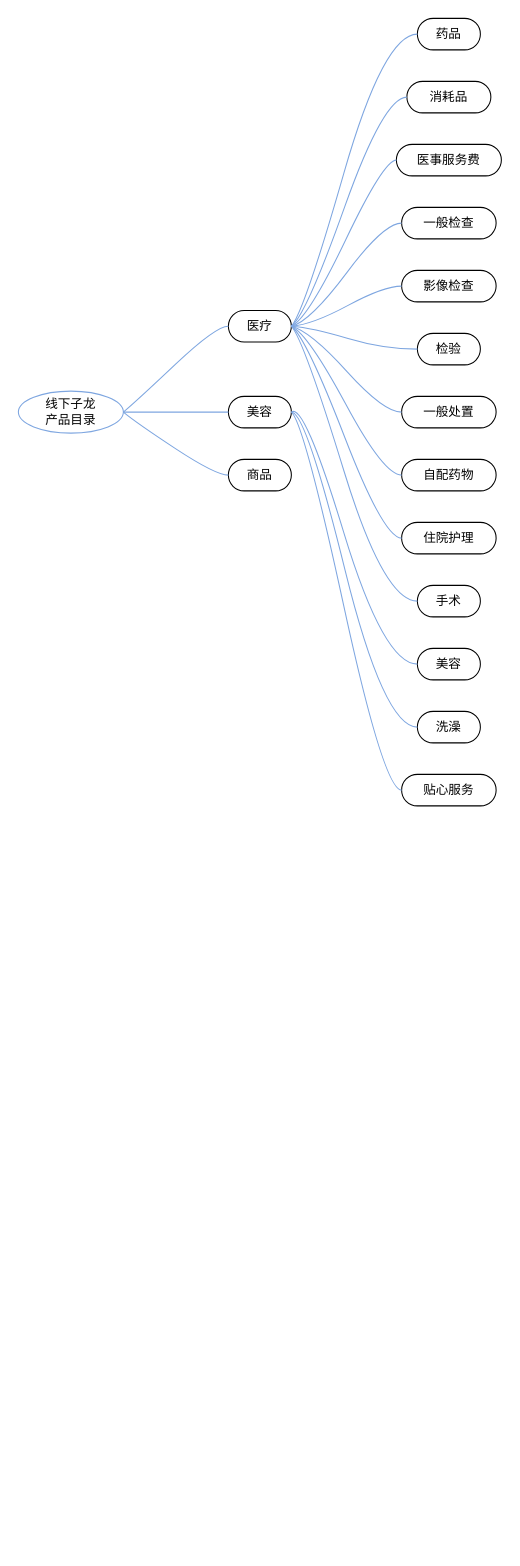
Before: page "产品目录分类" (1 of 2) of pet_data_warehouse/经营参谋.drawio in fangzheng0518/draw, a draw.io diagram. Source tidied: cells renumbered, new cells numbered last; positions are measured from the earlier drawing's top-left corner, leaving out a move shared by most shapes. Both pictures are drawn from the tidied source at 105%, with x=0, y=0 at pixel (18, 18).
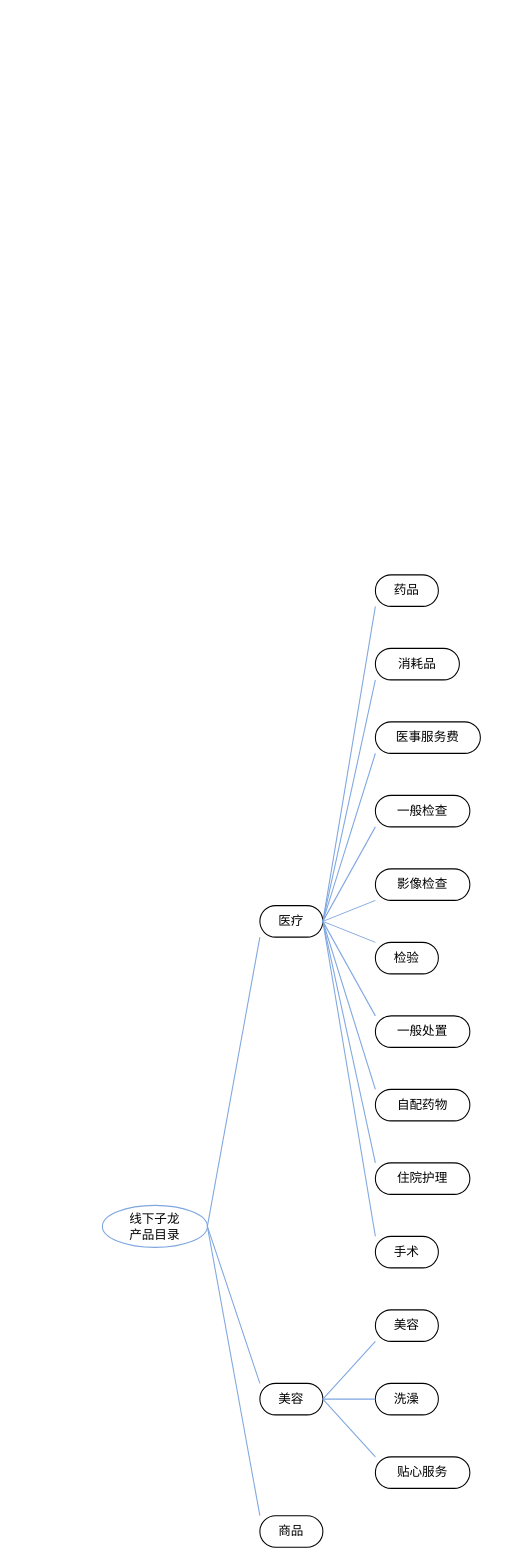
The same page after the edit.

Commit message (it also covers changes not shown here):
更新经营参谋.drawio

The edit, as a diff of the source:
```diff
@@
     <mxCell id="2" value="线下子龙&lt;br&gt;产品目录" style="ellipse;whiteSpace=wrap;html=1;align=center;newEdgeStyle={&quot;edgeStyle&quot;:&quot;entityRelationEdgeStyle&quot;,&quot;startArrow&quot;:&quot;none&quot;,&quot;endArrow&quot;:&quot;none&quot;,&quot;segment&quot;:10,&quot;curved&quot;:1};strokeColor=#7EA6E0;" parent="1" vertex="1">
-      <mxGeometry y="355" width="100" height="40" as="geometry" />
+      <mxGeometry x="80" y="1130.5" width="100" height="40" as="geometry" />
     </mxCell>
     <mxCell id="3" value="医疗" style="whiteSpace=wrap;html=1;rounded=1;arcSize=50;align=center;verticalAlign=middle;strokeWidth=1;spacing=4;newEdgeStyle={&quot;edgeStyle&quot;:&quot;entityRelationEdgeStyle&quot;,&quot;startArrow&quot;:&quot;none&quot;,&quot;endArrow&quot;:&quot;none&quot;,&quot;segment&quot;:10,&quot;curved&quot;:1};" parent="1" vertex="1">
-      <mxGeometry x="200" y="278.2" width="60" height="30" as="geometry" />
+      <mxGeometry x="230" y="845" width="60" height="30" as="geometry" />
     </mxCell>
     <mxCell id="4" style="edgeStyle=entityRelationEdgeStyle;startArrow=none;endArrow=none;segment=10;curved=1;strokeColor=#7EA6E0;exitX=1;exitY=0.5;exitDx=0;exitDy=0;noEdgeStyle=1;orthogonal=1;" parent="1" edge="1" source="2" target="3">
-      <mxGeometry relative="1" as="geometry">
-        <Array as="points">
-          <mxPoint x="112" y="365" />
-          <mxPoint x="188" y="293.2" />
-        </Array>
-      </mxGeometry>
+      <mxGeometry relative="1" as="geometry" />
     </mxCell>
     <mxCell id="5" value="美容" style="whiteSpace=wrap;html=1;rounded=1;arcSize=50;align=center;verticalAlign=middle;strokeWidth=1;spacing=4;newEdgeStyle={&quot;edgeStyle&quot;:&quot;entityRelationEdgeStyle&quot;,&quot;startArrow&quot;:&quot;none&quot;,&quot;endArrow&quot;:&quot;none&quot;,&quot;segment&quot;:10,&quot;curved&quot;:1};" parent="1" vertex="1">
-      <mxGeometry x="200" y="360" width="60" height="30" as="geometry" />
+      <mxGeometry x="230" y="1300" width="60" height="30" as="geometry" />
     </mxCell>
     <mxCell id="6" style="edgeStyle=entityRelationEdgeStyle;startArrow=none;endArrow=none;segment=10;curved=1;strokeColor=#7EA6E0;exitX=1;exitY=0.5;exitDx=0;exitDy=0;noEdgeStyle=1;orthogonal=1;" parent="1" edge="1" source="2" target="5">
-      <mxGeometry relative="1" as="geometry">
-        <Array as="points">
-          <mxPoint x="114" y="375" />
-          <mxPoint x="188" y="375" />
-        </Array>
-      </mxGeometry>
+      <mxGeometry relative="1" as="geometry" />
     </mxCell>
     <mxCell id="7" value="商品" style="whiteSpace=wrap;html=1;rounded=1;arcSize=50;align=center;verticalAlign=middle;strokeWidth=1;spacing=4;newEdgeStyle={&quot;edgeStyle&quot;:&quot;entityRelationEdgeStyle&quot;,&quot;startArrow&quot;:&quot;none&quot;,&quot;endArrow&quot;:&quot;none&quot;,&quot;segment&quot;:10,&quot;curved&quot;:1};" parent="1" vertex="1">
-      <mxGeometry x="200" y="420" width="60" height="30" as="geometry" />
+      <mxGeometry x="230" y="1426" width="60" height="30" as="geometry" />
     </mxCell>
     <mxCell id="8" style="edgeStyle=entityRelationEdgeStyle;startArrow=none;endArrow=none;segment=10;curved=1;strokeColor=#7EA6E0;exitX=1;exitY=0.5;exitDx=0;exitDy=0;noEdgeStyle=1;orthogonal=1;" parent="1" edge="1" source="2" target="7">
-      <mxGeometry relative="1" as="geometry">
-        <Array as="points">
-          <mxPoint x="112" y="385" />
-          <mxPoint x="188" y="435" />
-        </Array>
-      </mxGeometry>
+      <mxGeometry relative="1" as="geometry" />
     </mxCell>
-    <mxCell id="9" style="edgeStyle=orthogonalEdgeStyle;rounded=0;orthogonalLoop=1;jettySize=auto;html=1;exitX=0.5;exitY=1;exitDx=0;exitDy=0;strokeColor=#7EA6E0;" parent="1" edge="1" source="3" target="3">
+    <mxCell id="9" style="edgeStyle=orthogonalEdgeStyle;rounded=0;orthogonalLoop=1;jettySize=auto;html=1;exitX=0.5;exitY=1;exitDx=0;exitDy=0;strokeColor=#7EA6E0;noEdgeStyle=1;" parent="1" edge="1" source="3" target="3">
       <mxGeometry relative="1" as="geometry" />
     </mxCell>
     <mxCell id="10" value="药品" style="whiteSpace=wrap;html=1;rounded=1;arcSize=50;align=center;verticalAlign=middle;strokeWidth=1;spacing=4;newEdgeStyle={&quot;edgeStyle&quot;:&quot;entityRelationEdgeStyle&quot;,&quot;startArrow&quot;:&quot;none&quot;,&quot;endArrow&quot;:&quot;none&quot;,&quot;segment&quot;:10,&quot;curved&quot;:1};" parent="1" vertex="1">
-      <mxGeometry x="380" width="60" height="30" as="geometry" />
+      <mxGeometry x="340" y="530" width="60" height="30" as="geometry" />
     </mxCell>
     <mxCell id="11" style="edgeStyle=entityRelationEdgeStyle;startArrow=none;endArrow=none;segment=10;curved=1;strokeColor=#7EA6E0;exitX=1;exitY=0.5;exitDx=0;exitDy=0;noEdgeStyle=1;orthogonal=1;" parent="1" edge="1" source="3" target="10">
-      <mxGeometry relative="1" as="geometry">
-        <Array as="points">
-          <mxPoint x="272" y="279.7" />
-          <mxPoint x="348" y="15" />
-        </Array>
-      </mxGeometry>
+      <mxGeometry relative="1" as="geometry" />
     </mxCell>
     <mxCell id="12" value="消耗品" style="whiteSpace=wrap;html=1;rounded=1;arcSize=50;align=center;verticalAlign=middle;strokeWidth=1;spacing=4;newEdgeStyle={&quot;edgeStyle&quot;:&quot;entityRelationEdgeStyle&quot;,&quot;startArrow&quot;:&quot;none&quot;,&quot;endArrow&quot;:&quot;none&quot;,&quot;segment&quot;:10,&quot;curved&quot;:1};" parent="1" vertex="1">
-      <mxGeometry x="370" y="60" width="80" height="30" as="geometry" />
+      <mxGeometry x="340" y="600" width="80" height="30" as="geometry" />
     </mxCell>
     <mxCell id="13" style="edgeStyle=entityRelationEdgeStyle;startArrow=none;endArrow=none;segment=10;curved=1;strokeColor=#7EA6E0;exitX=1;exitY=0.5;exitDx=0;exitDy=0;noEdgeStyle=1;orthogonal=1;" parent="1" edge="1" source="3" target="12">
-      <mxGeometry relative="1" as="geometry">
-        <Array as="points">
-          <mxPoint x="274" y="282.7" />
-          <mxPoint x="348" y="75" />
-        </Array>
-      </mxGeometry>
+      <mxGeometry relative="1" as="geometry" />
     </mxCell>
     <mxCell id="14" value="医事服务费" style="whiteSpace=wrap;html=1;rounded=1;arcSize=50;align=center;verticalAlign=middle;strokeWidth=1;spacing=4;newEdgeStyle={&quot;edgeStyle&quot;:&quot;entityRelationEdgeStyle&quot;,&quot;startArrow&quot;:&quot;none&quot;,&quot;endArrow&quot;:&quot;none&quot;,&quot;segment&quot;:10,&quot;curved&quot;:1};" parent="1" vertex="1">
-      <mxGeometry x="360" y="120" width="100" height="30" as="geometry" />
+      <mxGeometry x="340" y="670" width="100" height="30" as="geometry" />
     </mxCell>
     <mxCell id="15" style="edgeStyle=entityRelationEdgeStyle;startArrow=none;endArrow=none;segment=10;curved=1;strokeColor=#7EA6E0;exitX=1;exitY=0.5;exitDx=0;exitDy=0;noEdgeStyle=1;orthogonal=1;" parent="1" edge="1" source="3" target="14">
-      <mxGeometry relative="1" as="geometry">
-        <Array as="points">
-          <mxPoint x="276" y="285.7" />
-          <mxPoint x="348" y="135" />
-        </Array>
-      </mxGeometry>
+      <mxGeometry relative="1" as="geometry" />
     </mxCell>
     <mxCell id="16" value="一般检查" style="whiteSpace=wrap;html=1;rounded=1;arcSize=50;align=center;verticalAlign=middle;strokeWidth=1;spacing=4;newEdgeStyle={&quot;edgeStyle&quot;:&quot;entityRelationEdgeStyle&quot;,&quot;startArrow&quot;:&quot;none&quot;,&quot;endArrow&quot;:&quot;none&quot;,&quot;segment&quot;:10,&quot;curved&quot;:1};" parent="1" vertex="1">
-      <mxGeometry x="365" y="180" width="90" height="30" as="geometry" />
+      <mxGeometry x="340" y="740" width="90" height="30" as="geometry" />
     </mxCell>
     <mxCell id="17" style="edgeStyle=entityRelationEdgeStyle;startArrow=none;endArrow=none;segment=10;curved=1;strokeColor=#7EA6E0;exitX=1;exitY=0.5;exitDx=0;exitDy=0;noEdgeStyle=1;orthogonal=1;" parent="1" edge="1" source="3" target="16">
-      <mxGeometry relative="1" as="geometry">
-        <Array as="points">
-          <mxPoint x="278" y="288.7" />
-          <mxPoint x="348" y="195" />
-        </Array>
-      </mxGeometry>
+      <mxGeometry relative="1" as="geometry" />
     </mxCell>
     <mxCell id="18" value="影像检查" style="whiteSpace=wrap;html=1;rounded=1;arcSize=50;align=center;verticalAlign=middle;strokeWidth=1;spacing=4;newEdgeStyle={&quot;edgeStyle&quot;:&quot;entityRelationEdgeStyle&quot;,&quot;startArrow&quot;:&quot;none&quot;,&quot;endArrow&quot;:&quot;none&quot;,&quot;segment&quot;:10,&quot;curved&quot;:1};" parent="1" vertex="1">
-      <mxGeometry x="365" y="240" width="90" height="30" as="geometry" />
+      <mxGeometry x="340" y="810" width="90" height="30" as="geometry" />
     </mxCell>
     <mxCell id="19" style="edgeStyle=entityRelationEdgeStyle;startArrow=none;endArrow=none;segment=10;curved=1;strokeColor=#7EA6E0;exitX=1;exitY=0.5;exitDx=0;exitDy=0;noEdgeStyle=1;orthogonal=1;" parent="1" edge="1" source="3" target="18">
-      <mxGeometry relative="1" as="geometry">
-        <Array as="points">
-          <mxPoint x="280" y="291.7" />
-          <mxPoint x="348" y="255" />
-        </Array>
-      </mxGeometry>
+      <mxGeometry relative="1" as="geometry" />
     </mxCell>
     <mxCell id="20" value="检验" style="whiteSpace=wrap;html=1;rounded=1;arcSize=50;align=center;verticalAlign=middle;strokeWidth=1;spacing=4;newEdgeStyle={&quot;edgeStyle&quot;:&quot;entityRelationEdgeStyle&quot;,&quot;startArrow&quot;:&quot;none&quot;,&quot;endArrow&quot;:&quot;none&quot;,&quot;segment&quot;:10,&quot;curved&quot;:1};" parent="1" vertex="1">
-      <mxGeometry x="380" y="300" width="60" height="30" as="geometry" />
+      <mxGeometry x="340" y="880" width="60" height="30" as="geometry" />
     </mxCell>
     <mxCell id="21" style="edgeStyle=entityRelationEdgeStyle;startArrow=none;endArrow=none;segment=10;curved=1;strokeColor=#7EA6E0;exitX=1;exitY=0.5;exitDx=0;exitDy=0;noEdgeStyle=1;orthogonal=1;" parent="1" edge="1" source="3" target="20">
-      <mxGeometry relative="1" as="geometry">
-        <Array as="points">
-          <mxPoint x="280" y="294.7" />
-          <mxPoint x="348" y="315" />
-        </Array>
-      </mxGeometry>
+      <mxGeometry relative="1" as="geometry" />
     </mxCell>
     <mxCell id="22" value="一般处置" style="whiteSpace=wrap;html=1;rounded=1;arcSize=50;align=center;verticalAlign=middle;strokeWidth=1;spacing=4;newEdgeStyle={&quot;edgeStyle&quot;:&quot;entityRelationEdgeStyle&quot;,&quot;startArrow&quot;:&quot;none&quot;,&quot;endArrow&quot;:&quot;none&quot;,&quot;segment&quot;:10,&quot;curved&quot;:1};" parent="1" vertex="1">
-      <mxGeometry x="365" y="360" width="90" height="30" as="geometry" />
+      <mxGeometry x="340" y="950" width="90" height="30" as="geometry" />
     </mxCell>
     <mxCell id="23" style="edgeStyle=entityRelationEdgeStyle;startArrow=none;endArrow=none;segment=10;curved=1;strokeColor=#7EA6E0;exitX=1;exitY=0.5;exitDx=0;exitDy=0;noEdgeStyle=1;orthogonal=1;" parent="1" edge="1" source="3" target="22">
-      <mxGeometry relative="1" as="geometry">
-        <Array as="points">
-          <mxPoint x="278" y="297.7" />
-          <mxPoint x="348" y="375" />
-        </Array>
-      </mxGeometry>
+      <mxGeometry relative="1" as="geometry" />
     </mxCell>
     <mxCell id="24" value="自配药物" style="whiteSpace=wrap;html=1;rounded=1;arcSize=50;align=center;verticalAlign=middle;strokeWidth=1;spacing=4;newEdgeStyle={&quot;edgeStyle&quot;:&quot;entityRelationEdgeStyle&quot;,&quot;startArrow&quot;:&quot;none&quot;,&quot;endArrow&quot;:&quot;none&quot;,&quot;segment&quot;:10,&quot;curved&quot;:1};" parent="1" vertex="1">
-      <mxGeometry x="365" y="420" width="90" height="30" as="geometry" />
+      <mxGeometry x="340" y="1020" width="90" height="30" as="geometry" />
     </mxCell>
     <mxCell id="25" style="edgeStyle=entityRelationEdgeStyle;startArrow=none;endArrow=none;segment=10;curved=1;strokeColor=#7EA6E0;exitX=1;exitY=0.5;exitDx=0;exitDy=0;noEdgeStyle=1;orthogonal=1;" parent="1" edge="1" source="3" target="24">
-      <mxGeometry relative="1" as="geometry">
-        <Array as="points">
-          <mxPoint x="276" y="300.7" />
-          <mxPoint x="348" y="435" />
-        </Array>
-      </mxGeometry>
+      <mxGeometry relative="1" as="geometry" />
     </mxCell>
     <mxCell id="26" value="手术" style="whiteSpace=wrap;html=1;rounded=1;arcSize=50;align=center;verticalAlign=middle;strokeWidth=1;spacing=4;newEdgeStyle={&quot;edgeStyle&quot;:&quot;entityRelationEdgeStyle&quot;,&quot;startArrow&quot;:&quot;none&quot;,&quot;endArrow&quot;:&quot;none&quot;,&quot;segment&quot;:10,&quot;curved&quot;:1};" parent="1" vertex="1">
-      <mxGeometry x="380" y="540" width="60" height="30" as="geometry" />
+      <mxGeometry x="340" y="1160" width="60" height="30" as="geometry" />
     </mxCell>
     <mxCell id="27" style="edgeStyle=entityRelationEdgeStyle;startArrow=none;endArrow=none;segment=10;curved=1;strokeColor=#7EA6E0;exitX=1;exitY=0.5;exitDx=0;exitDy=0;noEdgeStyle=1;orthogonal=1;" parent="1" edge="1" source="3" target="26">
-      <mxGeometry relative="1" as="geometry">
-        <Array as="points">
-          <mxPoint x="272" y="306.7" />
-          <mxPoint x="348" y="555" />
-        </Array>
-      </mxGeometry>
+      <mxGeometry relative="1" as="geometry" />
     </mxCell>
     <mxCell id="28" value="住院护理" style="whiteSpace=wrap;html=1;rounded=1;arcSize=50;align=center;verticalAlign=middle;strokeWidth=1;spacing=4;newEdgeStyle={&quot;edgeStyle&quot;:&quot;entityRelationEdgeStyle&quot;,&quot;startArrow&quot;:&quot;none&quot;,&quot;endArrow&quot;:&quot;none&quot;,&quot;segment&quot;:10,&quot;curved&quot;:1};" parent="1" vertex="1">
-      <mxGeometry x="365" y="480" width="90" height="30" as="geometry" />
+      <mxGeometry x="340" y="1090" width="90" height="30" as="geometry" />
     </mxCell>
     <mxCell id="29" style="edgeStyle=entityRelationEdgeStyle;startArrow=none;endArrow=none;segment=10;curved=1;strokeColor=#7EA6E0;exitX=1;exitY=0.5;exitDx=0;exitDy=0;noEdgeStyle=1;orthogonal=1;" parent="1" edge="1" source="3" target="28">
-      <mxGeometry relative="1" as="geometry">
-        <Array as="points">
-          <mxPoint x="274" y="303.7" />
-          <mxPoint x="348" y="495" />
-        </Array>
-      </mxGeometry>
+      <mxGeometry relative="1" as="geometry" />
     </mxCell>
     <mxCell id="30" value="美容" style="whiteSpace=wrap;html=1;rounded=1;arcSize=50;align=center;verticalAlign=middle;strokeWidth=1;spacing=4;newEdgeStyle={&quot;edgeStyle&quot;:&quot;entityRelationEdgeStyle&quot;,&quot;startArrow&quot;:&quot;none&quot;,&quot;endArrow&quot;:&quot;none&quot;,&quot;segment&quot;:10,&quot;curved&quot;:1};" parent="1" vertex="1">
-      <mxGeometry x="380" y="600" width="60" height="30" as="geometry" />
+      <mxGeometry x="340" y="1230" width="60" height="30" as="geometry" />
     </mxCell>
     <mxCell id="31" style="edgeStyle=entityRelationEdgeStyle;startArrow=none;endArrow=none;segment=10;curved=1;strokeColor=#7EA6E0;exitX=1;exitY=0.5;exitDx=0;exitDy=0;noEdgeStyle=1;orthogonal=1;" parent="1" edge="1" source="5" target="30">
-      <mxGeometry relative="1" as="geometry">
-        <Array as="points">
-          <mxPoint x="272" y="365" />
-          <mxPoint x="348" y="615" />
-        </Array>
-      </mxGeometry>
+      <mxGeometry relative="1" as="geometry" />
     </mxCell>
     <mxCell id="32" value="洗澡" style="whiteSpace=wrap;html=1;rounded=1;arcSize=50;align=center;verticalAlign=middle;strokeWidth=1;spacing=4;newEdgeStyle={&quot;edgeStyle&quot;:&quot;entityRelationEdgeStyle&quot;,&quot;startArrow&quot;:&quot;none&quot;,&quot;endArrow&quot;:&quot;none&quot;,&quot;segment&quot;:10,&quot;curved&quot;:1};" parent="1" vertex="1">
-      <mxGeometry x="380" y="660" width="60" height="30" as="geometry" />
+      <mxGeometry x="340" y="1300" width="60" height="30" as="geometry" />
     </mxCell>
     <mxCell id="33" style="edgeStyle=entityRelationEdgeStyle;startArrow=none;endArrow=none;segment=10;curved=1;strokeColor=#7EA6E0;exitX=1;exitY=0.5;exitDx=0;exitDy=0;noEdgeStyle=1;orthogonal=1;" parent="1" edge="1" source="5" target="32">
-      <mxGeometry relative="1" as="geometry">
-        <Array as="points">
-          <mxPoint x="274" y="375" />
-          <mxPoint x="348" y="675" />
-        </Array>
-      </mxGeometry>
+      <mxGeometry relative="1" as="geometry" />
     </mxCell>
     <mxCell id="34" value="贴心服务" style="whiteSpace=wrap;html=1;rounded=1;arcSize=50;align=center;verticalAlign=middle;strokeWidth=1;spacing=4;newEdgeStyle={&quot;edgeStyle&quot;:&quot;entityRelationEdgeStyle&quot;,&quot;startArrow&quot;:&quot;none&quot;,&quot;endArrow&quot;:&quot;none&quot;,&quot;segment&quot;:10,&quot;curved&quot;:1};" parent="1" vertex="1">
-      <mxGeometry x="365" y="720" width="90" height="30" as="geometry" />
+      <mxGeometry x="340" y="1370" width="90" height="30" as="geometry" />
     </mxCell>
     <mxCell id="35" style="edgeStyle=entityRelationEdgeStyle;startArrow=none;endArrow=none;segment=10;curved=1;strokeColor=#7EA6E0;exitX=1;exitY=0.5;exitDx=0;exitDy=0;noEdgeStyle=1;orthogonal=1;" parent="1" edge="1" source="5" target="34">
-      <mxGeometry relative="1" as="geometry">
-        <Array as="points">
-          <mxPoint x="272" y="385" />
-          <mxPoint x="348" y="735" />
-        </Array>
-      </mxGeometry>
+      <mxGeometry relative="1" as="geometry" />
     </mxCell>
```
